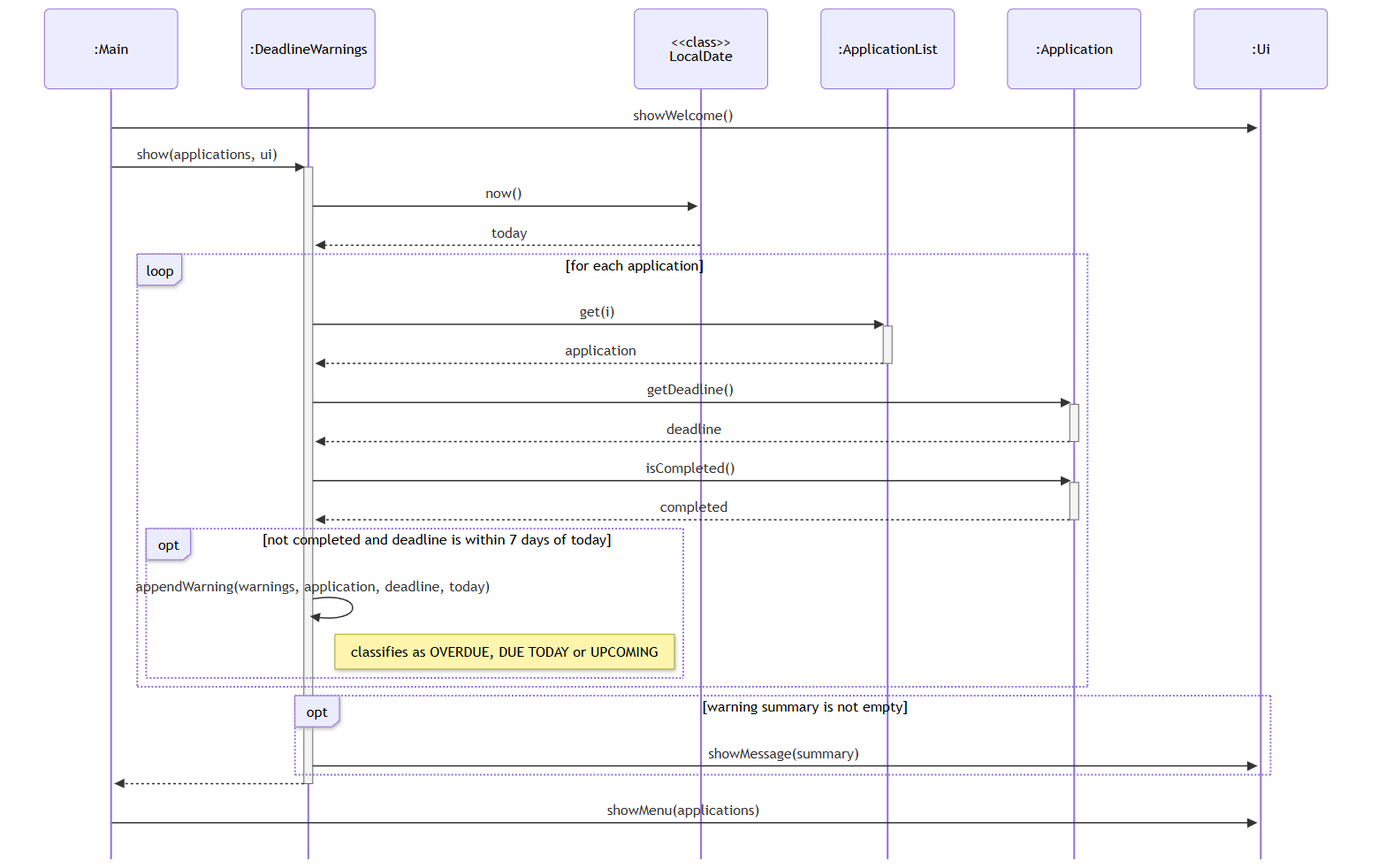
This is docs/diagrams/deadline-warnings-sequence.png from AY2627S1-CS2113-T10-2/tp, a Mermaid export, as it was before one commit. Its source is kept beside it as docs/diagrams/sources/deadline-warnings-sequence.mmd.
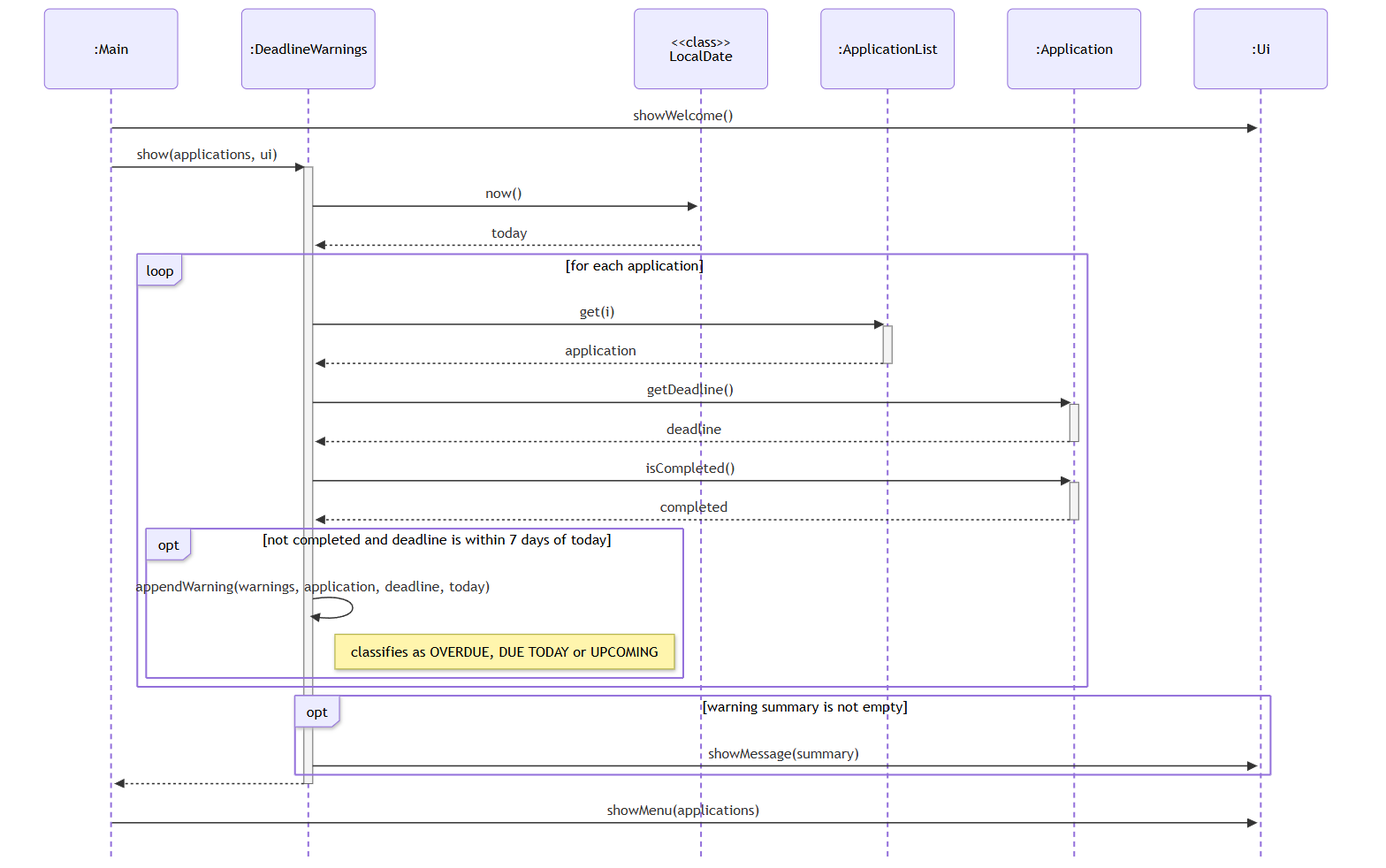
After the change.

Diff of the diagram source:
```diff
@@ -1,4 +1,4 @@
-%%{init: {'theme': 'default', 'sequence': {'mirrorActors': false, 'actorMargin': 60, 'messageMargin': 28}}}%%
+%%{init: {'theme': 'default', 'themeCSS': '.actor-line{stroke-dasharray:6 5;} .loopLine{stroke-dasharray:none;}', 'sequence': {'mirrorActors': false, 'actorMargin': 60, 'messageMargin': 28}}}%%
 sequenceDiagram
     participant main as :Main
     participant warnings as :DeadlineWarnings
```
